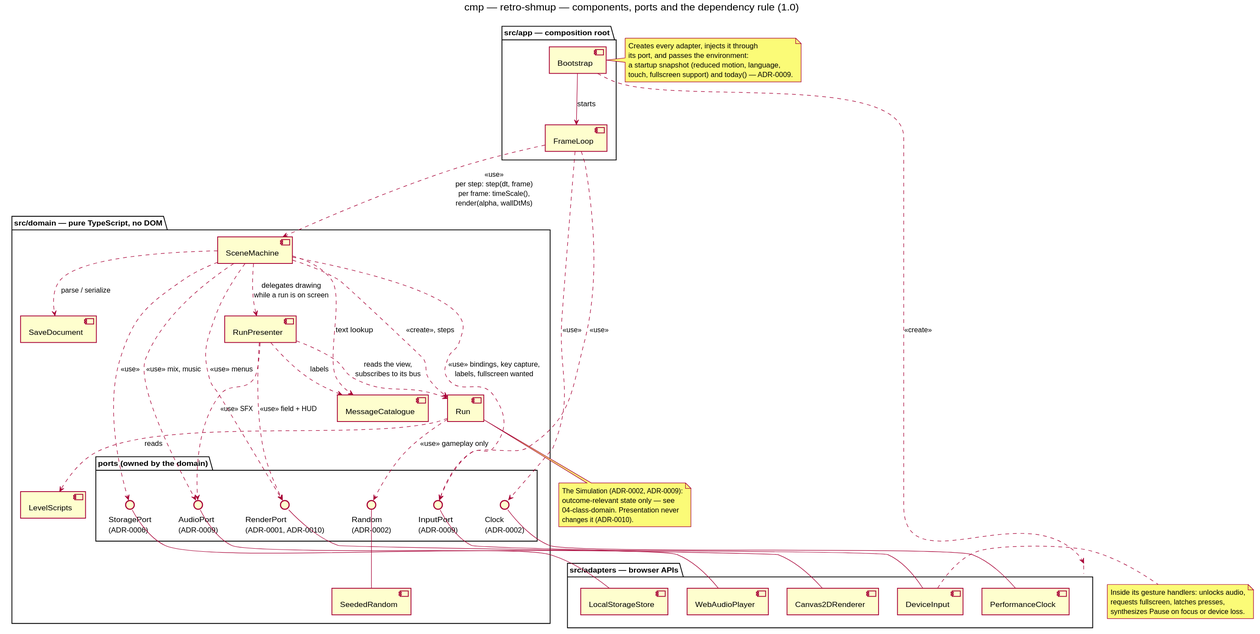
The PlantUML diagram docs/architecture/diagrams/system/03-component.svg in benoit-bremaud/retro-shmup, before a commit.
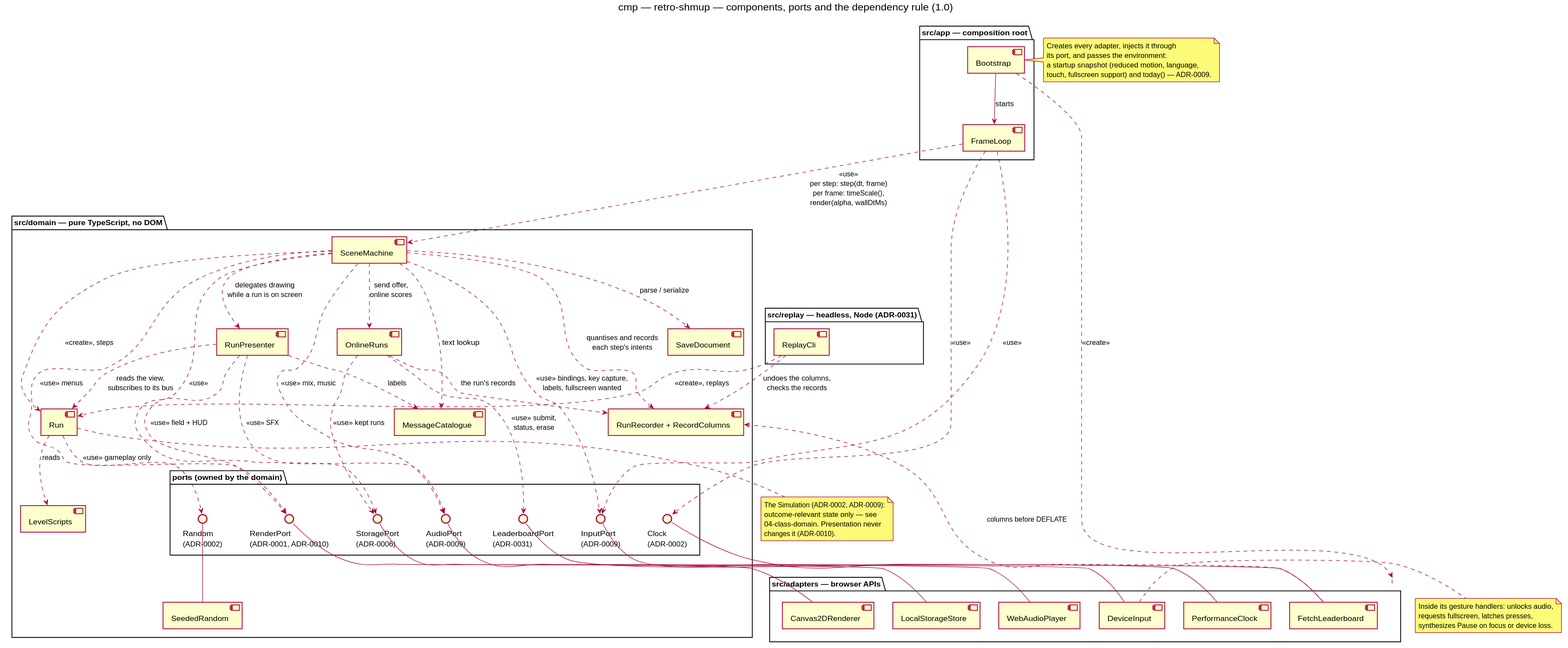
After the change.

What changed in the source:
```diff
@@ -17,6 +17,8 @@
   [SaveDocument] as Save
   [MessageCatalogue] as I18n
   [SeededRandom] as Rng
+  [RunRecorder + RecordColumns] as Recorder
+  [OnlineRuns] as Online
 
   package "ports (owned by the domain)" as Ports {
     interface "RenderPort\n(ADR-0001, ADR-0010)" as RenderPort
@@ -25,6 +27,7 @@
     interface "StoragePort\n(ADR-0006)" as StoragePort
     interface "Clock\n(ADR-0002)" as ClockPort
     interface "Random\n(ADR-0002)" as RandomPort
+    interface "LeaderboardPort\n(ADR-0031)" as LeaderboardPort
   }
 }
 
@@ -34,6 +37,11 @@
   [DeviceInput] as Input
   [LocalStorageStore] as LocalStore
   [PerformanceClock] as PerfClock
+  [FetchLeaderboard] as FetchLb
+}
+
+package "src/replay — headless, Node (ADR-0031)" as Replay {
+  [ReplayCli] as Cli
 }
 
 Boot --> Loop : starts
@@ -56,6 +64,14 @@
 Presenter ..> RenderPort : <<use>> field + HUD
 Presenter ..> AudioPort : <<use>> SFX
 Run ..> RandomPort : <<use>> gameplay only
+Scenes ..> Recorder : quantises and records\neach step's intents
+Scenes ..> Online : send offer,\nonline scores
+Online ..> Recorder : the run's records
+Online ..> LeaderboardPort : <<use>> submit,\nstatus, erase
+Online ..> StoragePort : <<use>> kept runs
+Cli ..> Recorder : undoes the columns,\nchecks the records
+FetchLb ..> Recorder : columns before DEFLATE
+Cli ..> Run : <<create>>, replays
 Rng -up- RandomPort
 
 Canvas -up- RenderPort
@@ -63,6 +79,7 @@
 Input -up- InputPort
 LocalStore -up- StoragePort
 PerfClock -up- ClockPort
+FetchLb -up- LeaderboardPort
 
 note right of Boot
   Creates every adapter, injects it through
```
